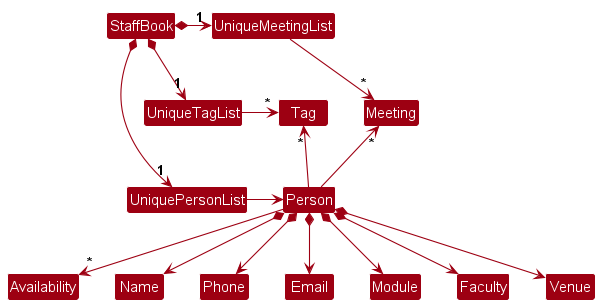
Above: docs/images/BetterModelClassDiagram.png in nus-cs2103-AY2324S2/tp (PlantUML), before the change.
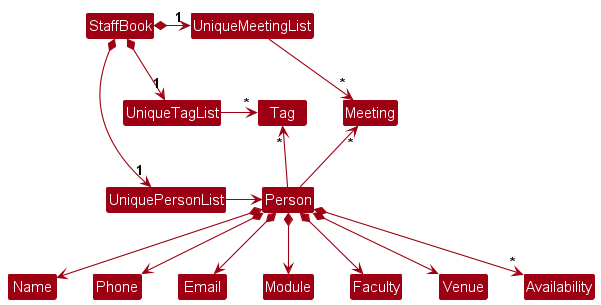
After the change.

What changed in the source:
```diff
@@ -14,7 +14,6 @@
 UniqueMeetingList -right-> "*" Meeting
 UniquePersonList -right-> Person
 
-Person --> "*" Availability
 Person -up-> "*" Tag
 Person -up-> "*" Meeting
 
@@ -24,4 +23,5 @@
 Person *--> Module
 Person *--> Faculty
 Person *--> Venue
+Person *--> "*" Availability
 @enduml
```
